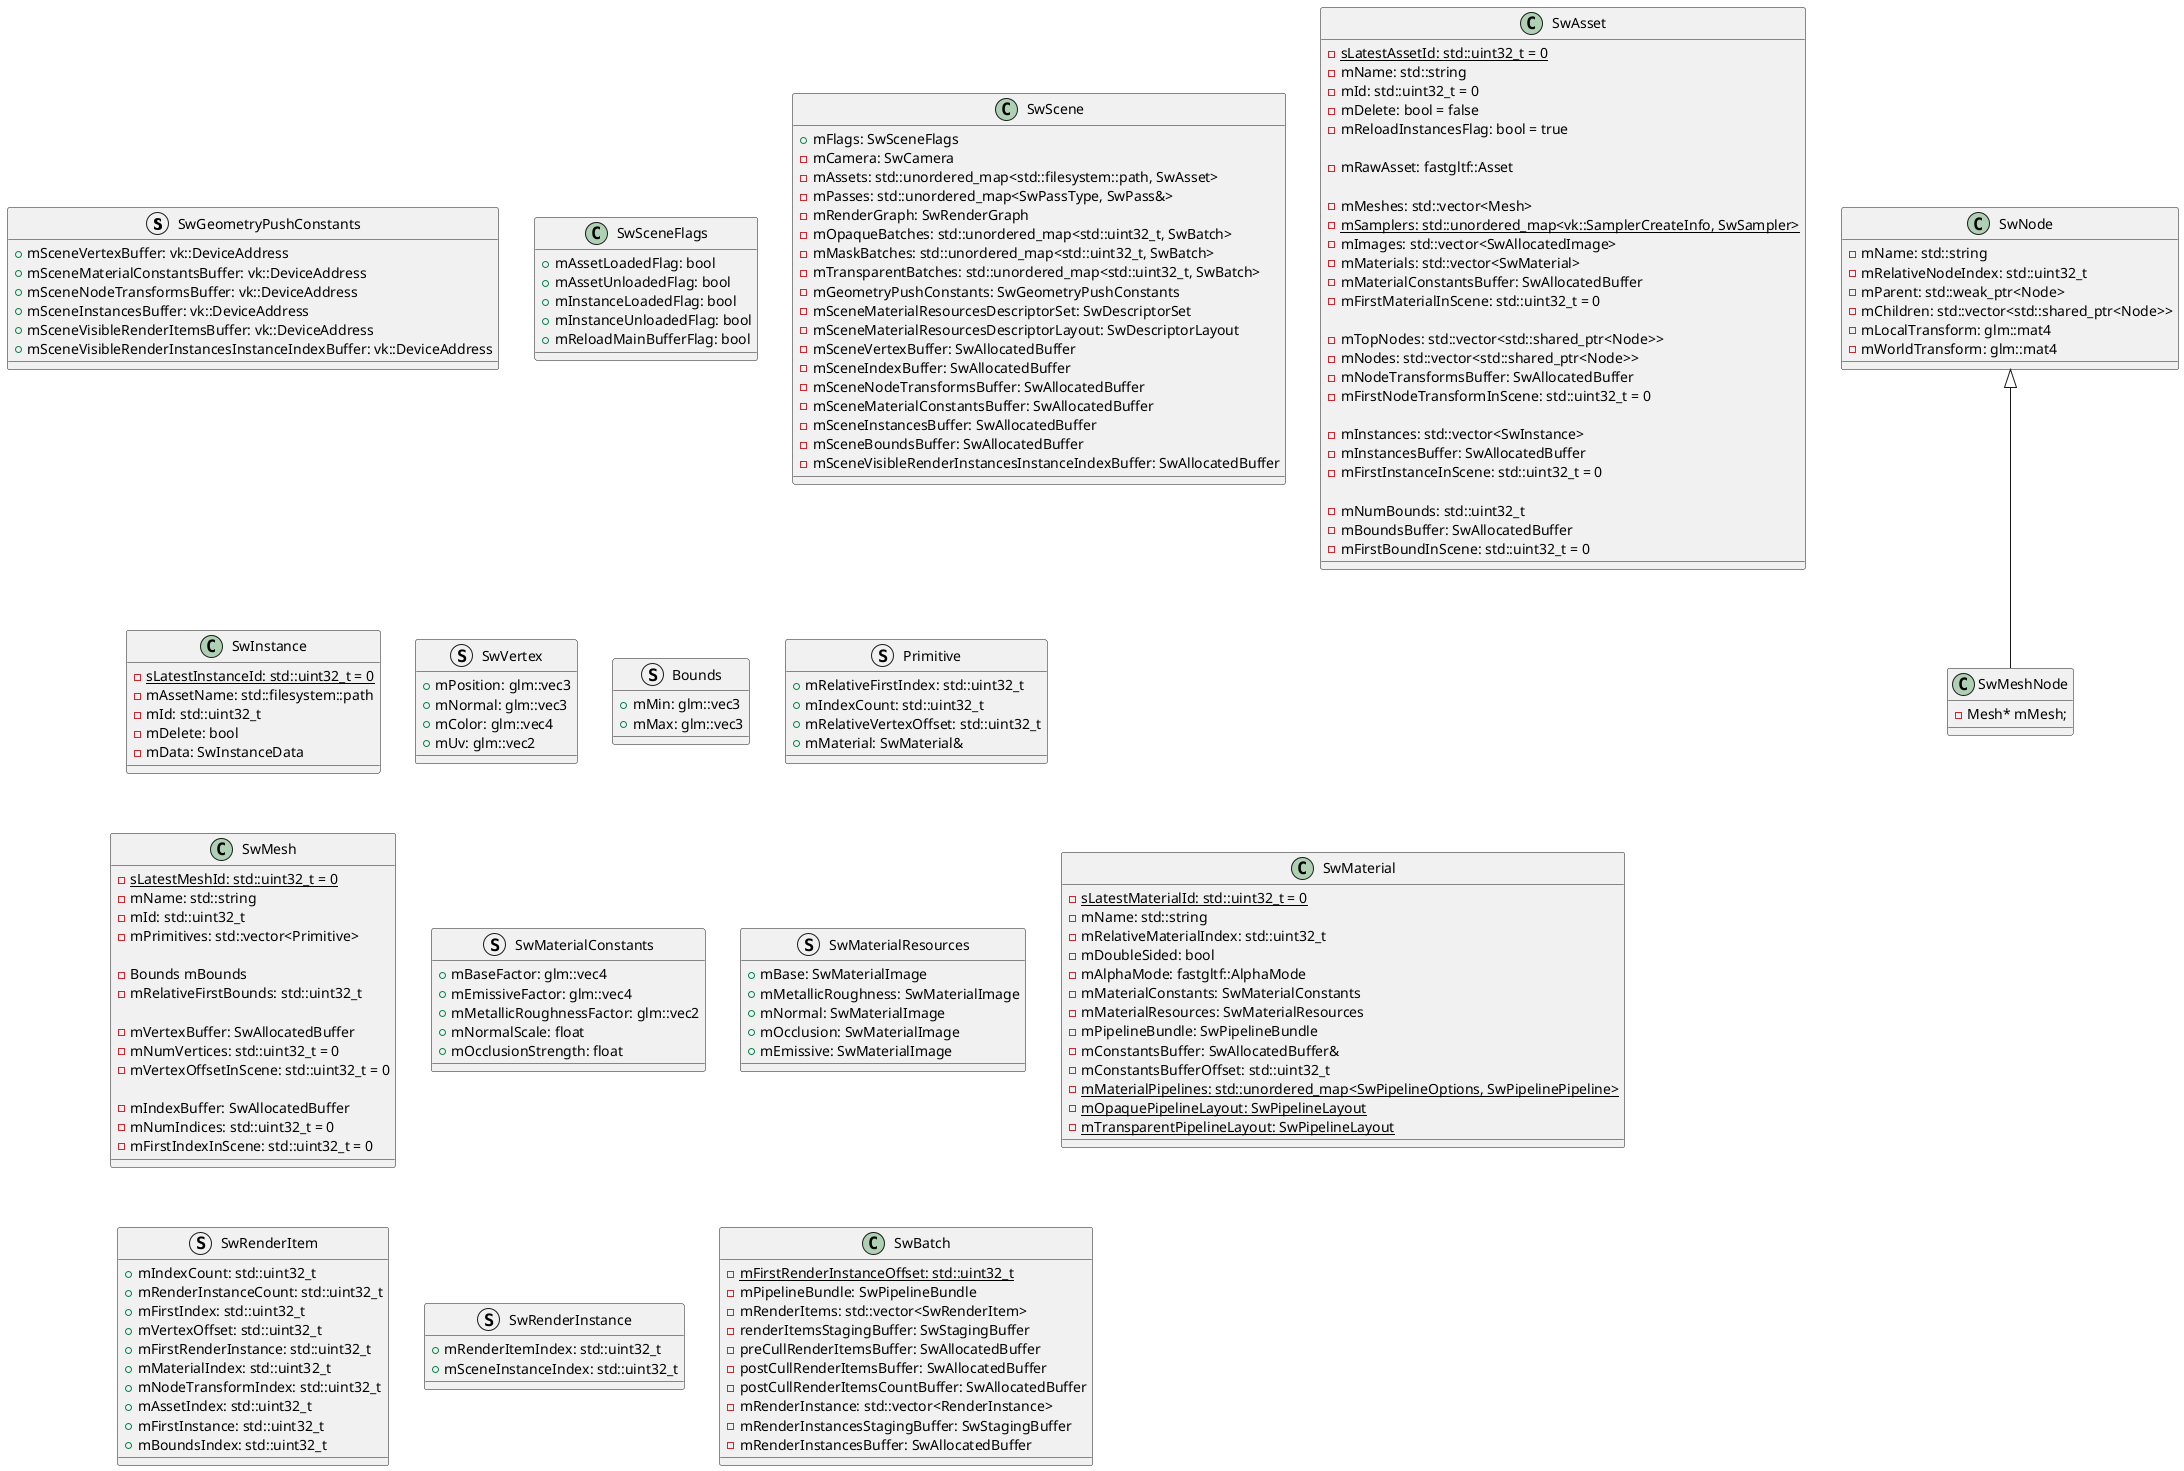
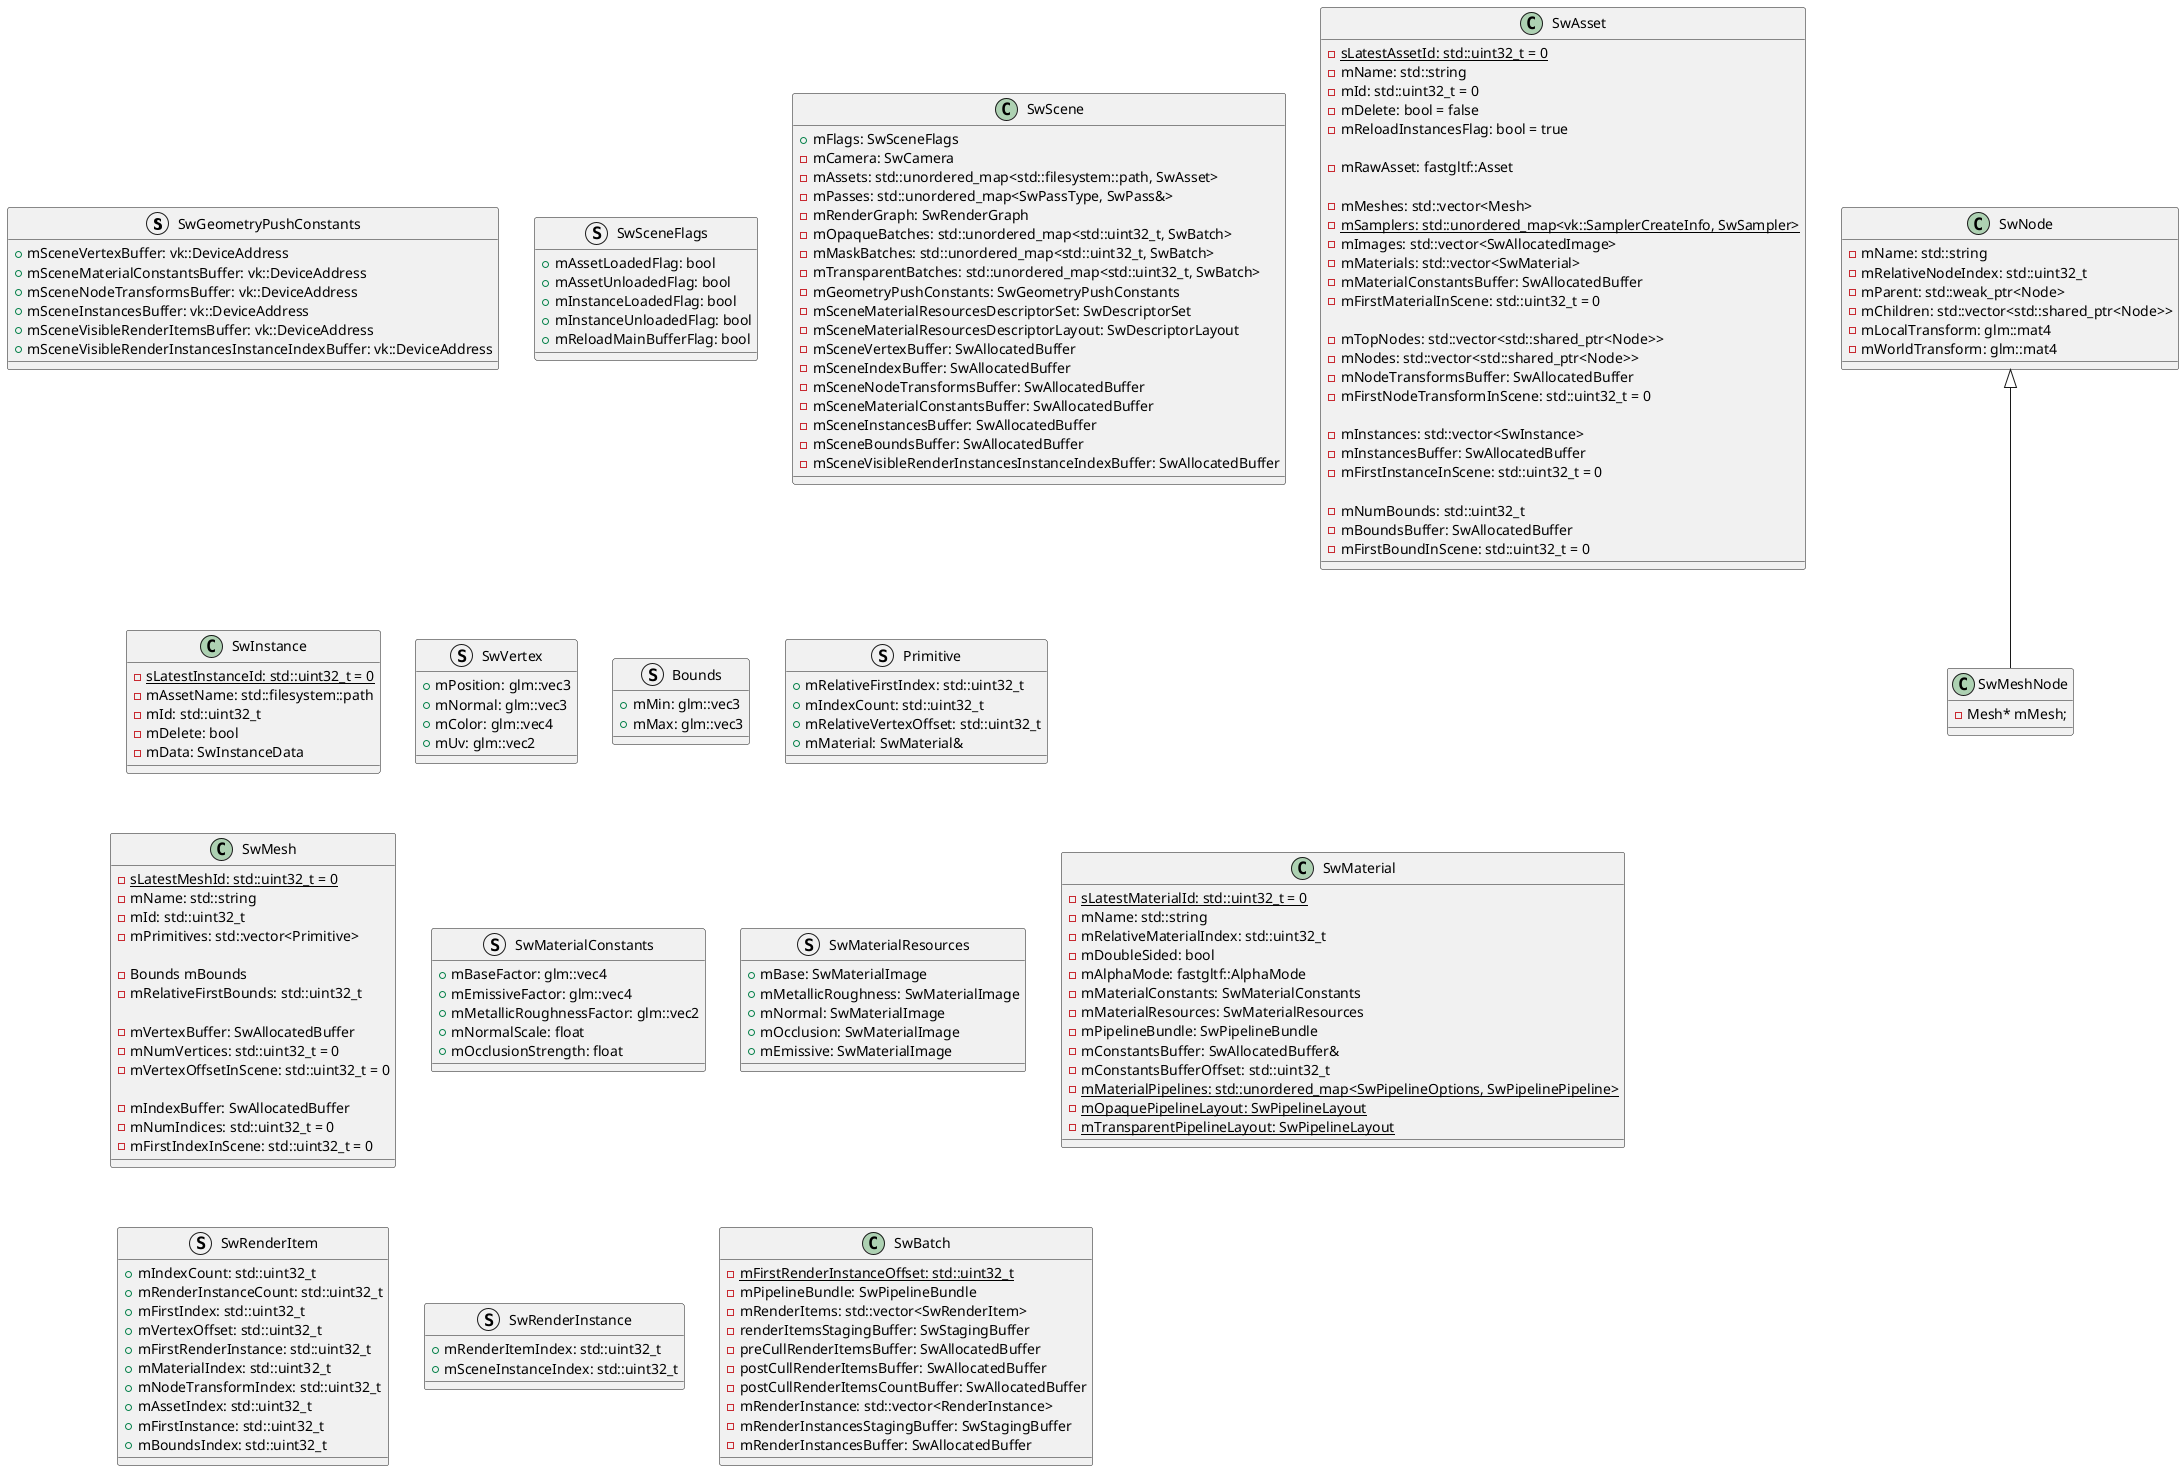
@startuml name
struct SwGeometryPushConstants {
    + mSceneVertexBuffer: vk::DeviceAddress
    + mSceneMaterialConstantsBuffer: vk::DeviceAddress
    + mSceneNodeTransformsBuffer: vk::DeviceAddress
    + mSceneInstancesBuffer: vk::DeviceAddress
    + mSceneVisibleRenderItemsBuffer: vk::DeviceAddress
    + mSceneVisibleRenderInstancesInstanceIndexBuffer: vk::DeviceAddress
}

- class SwSceneFlags {
+ struct SwSceneFlags {
    + mAssetLoadedFlag: bool
    + mAssetUnloadedFlag: bool
    + mInstanceLoadedFlag: bool
    + mInstanceUnloadedFlag: bool
    + mReloadMainBufferFlag: bool
}

class SwScene {
    + mFlags: SwSceneFlags
    - mCamera: SwCamera
    - mAssets: std::unordered_map<std::filesystem::path, SwAsset>
    - mPasses: std::unordered_map<SwPassType, SwPass&>
    - mRenderGraph: SwRenderGraph
    - mOpaqueBatches: std::unordered_map<std::uint32_t, SwBatch>
    - mMaskBatches: std::unordered_map<std::uint32_t, SwBatch>
    - mTransparentBatches: std::unordered_map<std::uint32_t, SwBatch>
    - mGeometryPushConstants: SwGeometryPushConstants
    - mSceneMaterialResourcesDescriptorSet: SwDescriptorSet
    - mSceneMaterialResourcesDescriptorLayout: SwDescriptorLayout
    - mSceneVertexBuffer: SwAllocatedBuffer
    - mSceneIndexBuffer: SwAllocatedBuffer
    - mSceneNodeTransformsBuffer: SwAllocatedBuffer
    - mSceneMaterialConstantsBuffer: SwAllocatedBuffer
    - mSceneInstancesBuffer: SwAllocatedBuffer
    - mSceneBoundsBuffer: SwAllocatedBuffer
    - mSceneVisibleRenderInstancesInstanceIndexBuffer: SwAllocatedBuffer
}

class SwAsset {
    {static} - sLatestAssetId: std::uint32_t = 0
    - mName: std::string
    - mId: std::uint32_t = 0
    - mDelete: bool = false
    - mReloadInstancesFlag: bool = true

    - mRawAsset: fastgltf::Asset

    - mMeshes: std::vector<Mesh>
    {static} - mSamplers: std::unordered_map<vk::SamplerCreateInfo, SwSampler>
    - mImages: std::vector<SwAllocatedImage>
    - mMaterials: std::vector<SwMaterial>
    - mMaterialConstantsBuffer: SwAllocatedBuffer
    - mFirstMaterialInScene: std::uint32_t = 0

    - mTopNodes: std::vector<std::shared_ptr<Node>>
    - mNodes: std::vector<std::shared_ptr<Node>>
    - mNodeTransformsBuffer: SwAllocatedBuffer
    - mFirstNodeTransformInScene: std::uint32_t = 0

    - mInstances: std::vector<SwInstance>
    - mInstancesBuffer: SwAllocatedBuffer
    - mFirstInstanceInScene: std::uint32_t = 0

    - mNumBounds: std::uint32_t
    - mBoundsBuffer: SwAllocatedBuffer
    - mFirstBoundInScene: std::uint32_t = 0
}

class SwInstance {
    {static} - sLatestInstanceId: std::uint32_t = 0
    - mAssetName: std::filesystem::path
    - mId: std::uint32_t
    - mDelete: bool
    - mData: SwInstanceData
}

struct SwVertex {
    + mPosition: glm::vec3
    + mNormal: glm::vec3
    + mColor: glm::vec4
    + mUv: glm::vec2
}

struct Bounds {
    + mMin: glm::vec3
    + mMax: glm::vec3
}

struct Primitive {
    + mRelativeFirstIndex: std::uint32_t
    + mIndexCount: std::uint32_t
    + mRelativeVertexOffset: std::uint32_t
    + mMaterial: SwMaterial&
}

class SwMesh {
    {static} - sLatestMeshId: std::uint32_t = 0
    - mName: std::string
    - mId: std::uint32_t
    - mPrimitives: std::vector<Primitive>

    - Bounds mBounds
    - mRelativeFirstBounds: std::uint32_t

    - mVertexBuffer: SwAllocatedBuffer
    - mNumVertices: std::uint32_t = 0
    - mVertexOffsetInScene: std::uint32_t = 0

    - mIndexBuffer: SwAllocatedBuffer
    - mNumIndices: std::uint32_t = 0
    - mFirstIndexInScene: std::uint32_t = 0
}

class SwNode {
    - mName: std::string
    - mRelativeNodeIndex: std::uint32_t
    - mParent: std::weak_ptr<Node>
    - mChildren: std::vector<std::shared_ptr<Node>>
    - mLocalTransform: glm::mat4
    - mWorldTransform: glm::mat4
}

class SwMeshNode {
    - Mesh* mMesh;
}

SwNode <|-- SwMeshNode

struct SwMaterialConstants {
    + mBaseFactor: glm::vec4
    + mEmissiveFactor: glm::vec4
    + mMetallicRoughnessFactor: glm::vec2
    + mNormalScale: float
    + mOcclusionStrength: float
}

struct SwMaterialResources {
    + mBase: SwMaterialImage
    + mMetallicRoughness: SwMaterialImage
    + mNormal: SwMaterialImage
    + mOcclusion: SwMaterialImage
    + mEmissive: SwMaterialImage
}

class SwMaterial {
    {static} - sLatestMaterialId: std::uint32_t = 0
    - mName: std::string
    - mRelativeMaterialIndex: std::uint32_t
    - mDoubleSided: bool
    - mAlphaMode: fastgltf::AlphaMode
    - mMaterialConstants: SwMaterialConstants
    - mMaterialResources: SwMaterialResources
    - mPipelineBundle: SwPipelineBundle
    - mConstantsBuffer: SwAllocatedBuffer&
    - mConstantsBufferOffset: std::uint32_t
    {static} - mMaterialPipelines: std::unordered_map<SwPipelineOptions, SwPipelinePipeline>
    {static} - mOpaquePipelineLayout: SwPipelineLayout
    {static} - mTransparentPipelineLayout: SwPipelineLayout
}

struct SwRenderItem {
    + mIndexCount: std::uint32_t
    + mRenderInstanceCount: std::uint32_t
    + mFirstIndex: std::uint32_t
    + mVertexOffset: std::uint32_t
    + mFirstRenderInstance: std::uint32_t
    + mMaterialIndex: std::uint32_t
    + mNodeTransformIndex: std::uint32_t
    + mAssetIndex: std::uint32_t
    + mFirstInstance: std::uint32_t
    + mBoundsIndex: std::uint32_t
}

struct SwRenderInstance {
    + mRenderItemIndex: std::uint32_t
    + mSceneInstanceIndex: std::uint32_t
}

class SwBatch {
    {static} - mFirstRenderInstanceOffset: std::uint32_t
    - mPipelineBundle: SwPipelineBundle
    - mRenderItems: std::vector<SwRenderItem>
    - renderItemsStagingBuffer: SwStagingBuffer
    - preCullRenderItemsBuffer: SwAllocatedBuffer
    - postCullRenderItemsBuffer: SwAllocatedBuffer
    - postCullRenderItemsCountBuffer: SwAllocatedBuffer
    - mRenderInstance: std::vector<RenderInstance>
    - mRenderInstancesStagingBuffer: SwStagingBuffer
    - mRenderInstancesBuffer: SwAllocatedBuffer
}
@enduml